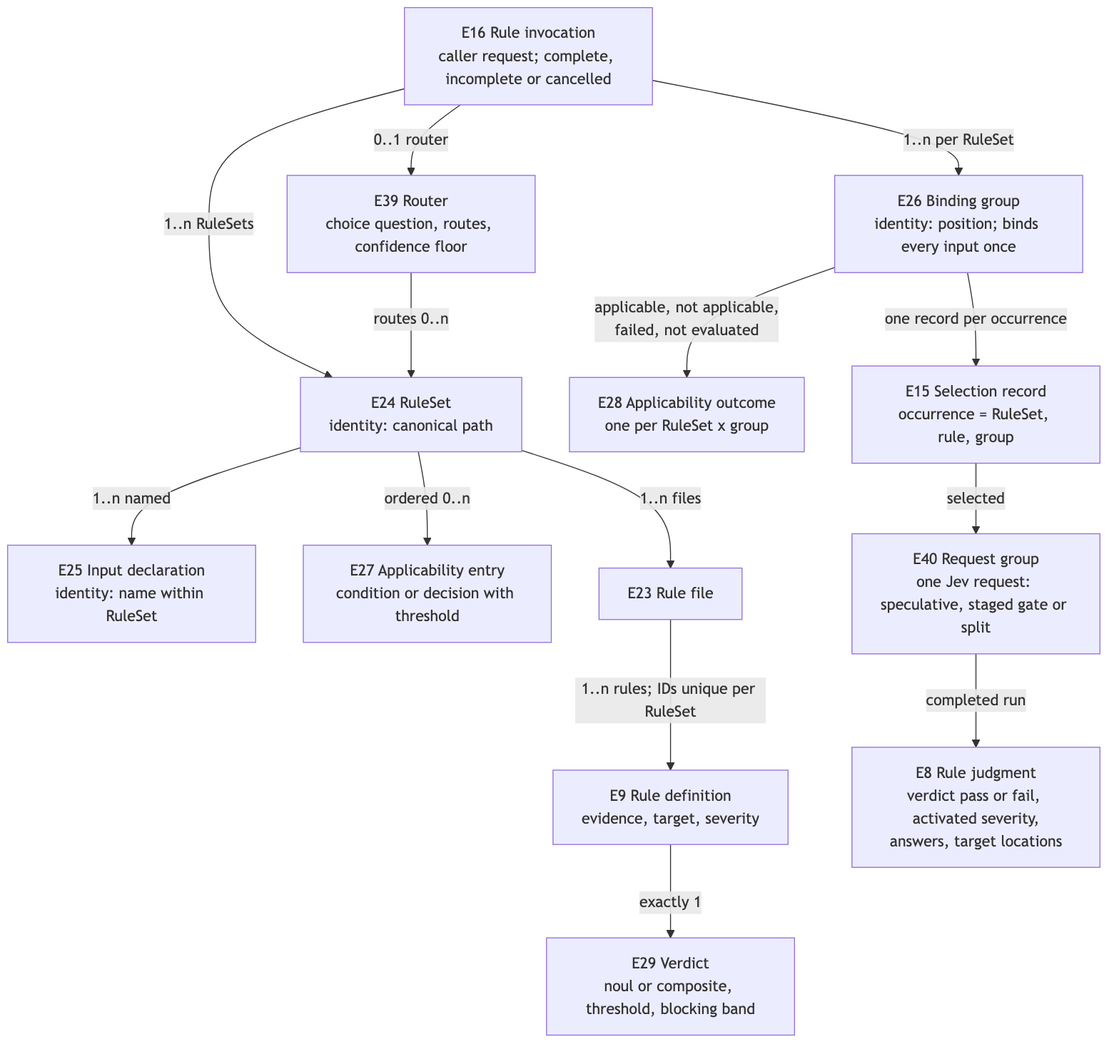
This is docs/specs/2026-10-12-rust-rule-engine/assets/specification-entities.png from ShravanSunder/sunstack-tools, a Mermaid export, as it was before one commit. Its source is kept beside it as docs/specs/2026-10-12-rust-rule-engine/assets/specification-entities.mmd.
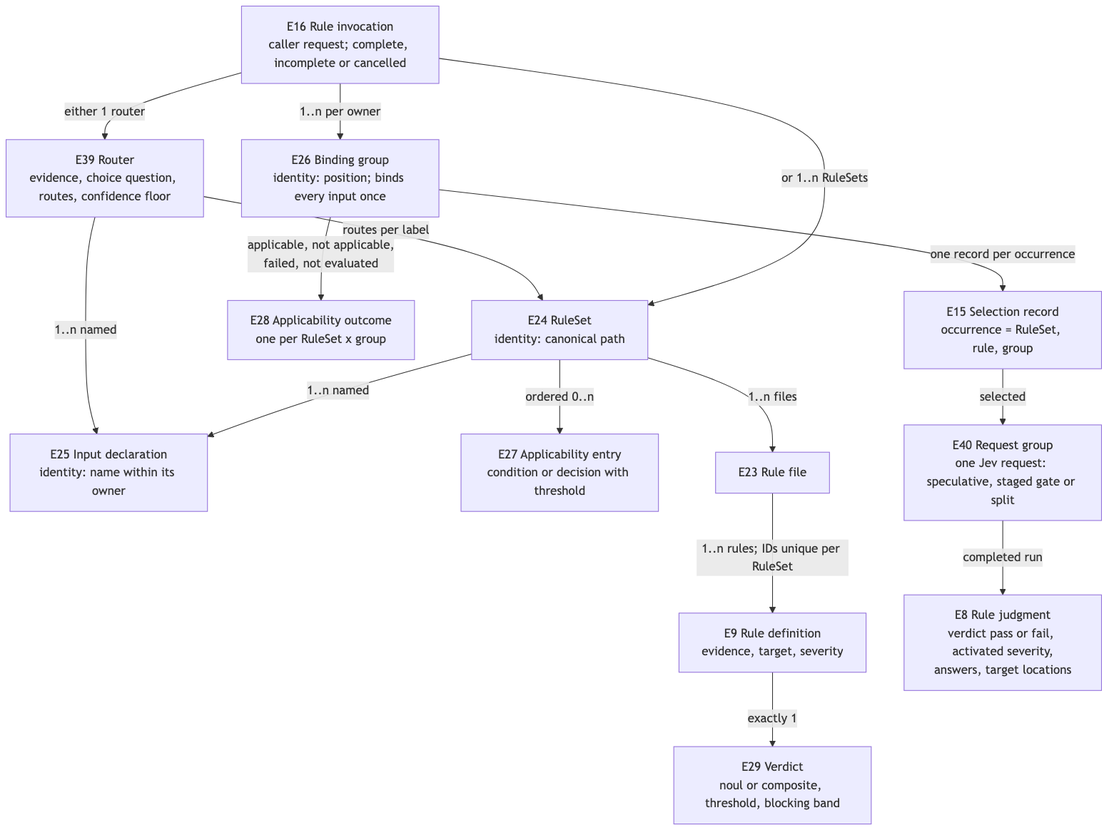
Above is the later version.

Change to the diagram source:
```diff
@@ -1,13 +1,14 @@
 flowchart TB
-  INV["E16 Rule invocation<br/>caller request; complete, incomplete or cancelled"] -->|"0..1 router"| RT["E39 Router<br/>choice question, routes, confidence floor"]
-  INV -->|"1..n RuleSets"| RS["E24 RuleSet<br/>identity: canonical path"]
-  RT -->|"routes 0..n"| RS
-  RS -->|"1..n named"| IN["E25 Input declaration<br/>identity: name within RuleSet"]
+  INV["E16 Rule invocation<br/>caller request; complete, incomplete or cancelled"] -->|"either 1 router"| RT["E39 Router<br/>evidence, choice question, routes, confidence floor"]
+  INV -->|"or 1..n RuleSets"| RS["E24 RuleSet<br/>identity: canonical path"]
+  RT -->|"routes per label"| RS
+  RS -->|"1..n named"| IN["E25 Input declaration<br/>identity: name within its owner"]
+  RT -->|"1..n named"| IN
   RS -->|"ordered 0..n"| AE["E27 Applicability entry<br/>condition or decision with threshold"]
   RS -->|"1..n files"| RF["E23 Rule file"]
   RF -->|"1..n rules; IDs unique per RuleSet"| RD["E9 Rule definition<br/>evidence, target, severity"]
   RD -->|"exactly 1"| VD["E29 Verdict<br/>noul or composite, threshold, blocking band"]
-  INV -->|"1..n per RuleSet"| BG["E26 Binding group<br/>identity: position; binds every input once"]
+  INV -->|"1..n per owner"| BG["E26 Binding group<br/>identity: position; binds every input once"]
   BG -->|"applicable, not applicable,<br/>failed, not evaluated"| AO["E28 Applicability outcome<br/>one per RuleSet x group"]
   BG -->|"one record per occurrence"| SR["E15 Selection record<br/>occurrence = RuleSet, rule, group"]
   SR -->|"selected"| RG["E40 Request group<br/>one Jev request: speculative, staged gate or split"]
```
